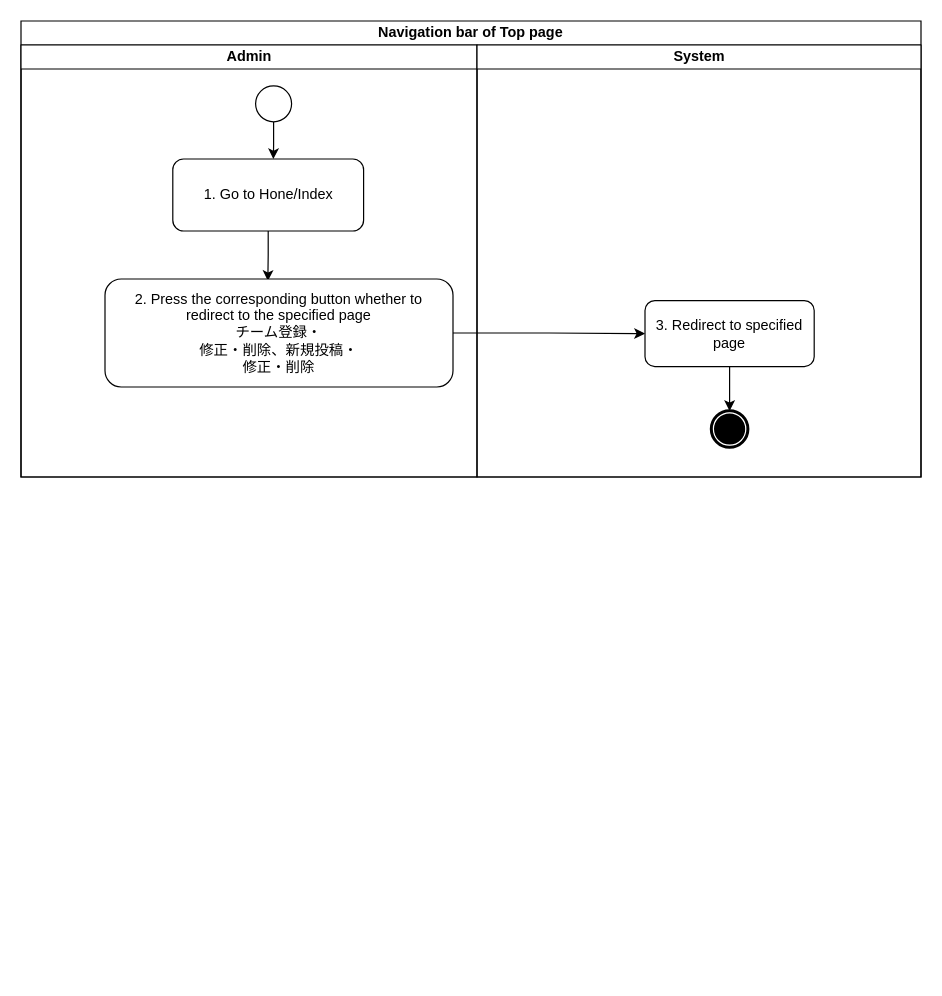
This is page "8. Top page" (8 of 11) of 「スクラム活動」Activity Diagram.drawio from thuy-ocg/Test, a draw.io file, before an edit. Source tidied: cells renumbered, new cells numbered last; positions are measured from the earlier drawing's top-left corner, leaving out a move shared by most shapes. Both pictures are drawn from the tidied source at 120%, with x=0, y=0 at pixel (20, 20).
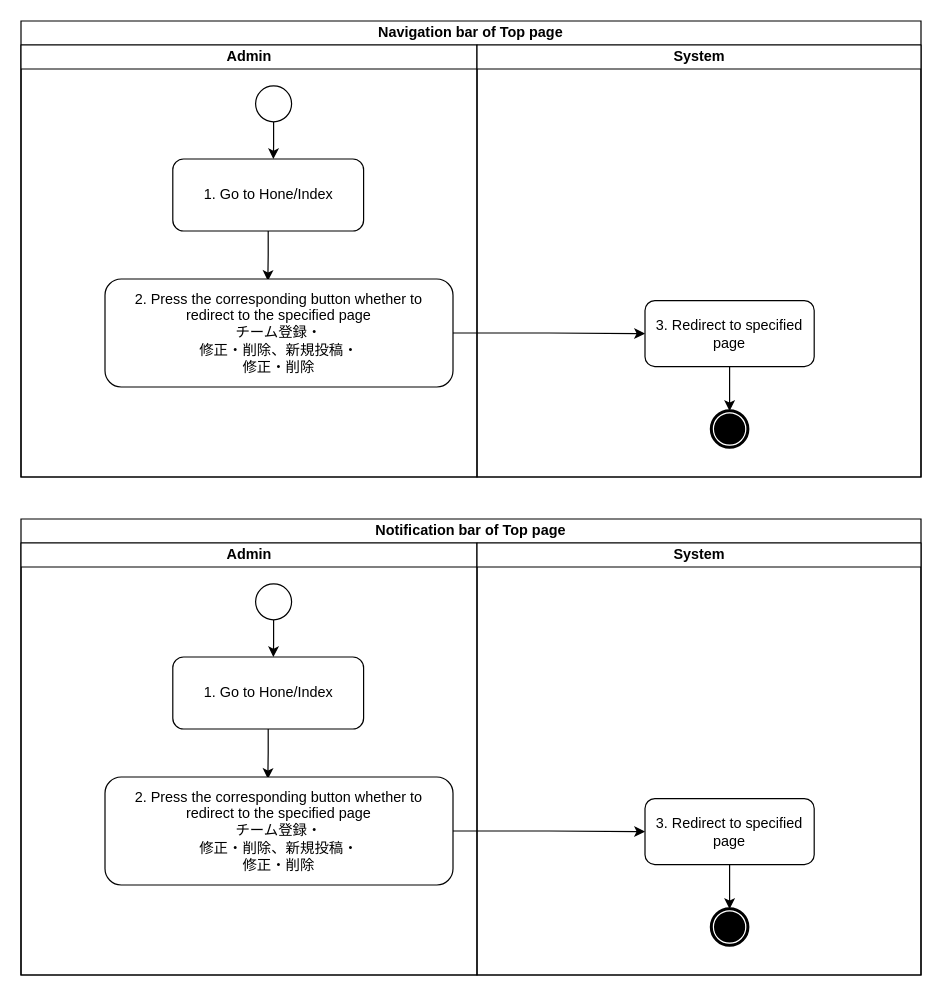
The same page after the edit.

Commit message (it also covers changes not shown here):
Update 「スクラム活動」Activity Diagram.drawio

What changed in the source:
```diff
@@
+    <mxCell id="14" value="Notification bar of Top page" style="swimlane;html=1;startSize=20;whiteSpace=wrap;" parent="1" vertex="1">
+      <mxGeometry y="415" width="750" height="380" as="geometry" />
+    </mxCell>
+    <mxCell id="15" value="Admin" style="swimlane;html=1;startSize=20;" parent="14" vertex="1">
+      <mxGeometry y="20" width="380" height="360" as="geometry" />
+    </mxCell>
+    <mxCell id="16" style="edgeStyle=orthogonalEdgeStyle;rounded=0;jettySize=auto;html=1;entryX=0.527;entryY=0.001;entryDx=0;entryDy=0;entryPerimeter=0;" parent="15" edge="1" source="17" target="19">
+      <mxGeometry relative="1" as="geometry" />
+    </mxCell>
+    <mxCell id="17" style="points=[[0.145,0.145,0],[0.5,0,0],[0.855,0.145,0],[1,0.5,0],[0.855,0.855,0],[0.5,1,0],[0.145,0.855,0],[0,0.5,0]];shape=mxgraph.bpmn.event;html=1;verticalLabelPosition=bottom;labelBackgroundColor=#ffffff;verticalAlign=top;align=center;perimeter=ellipsePerimeter;outlineConnect=0;outline=standard;symbol=general;" parent="15" vertex="1">
+      <mxGeometry x="195.5" y="34" width="30" height="30" as="geometry" />
+    </mxCell>
+    <mxCell id="18" style="edgeStyle=orthogonalEdgeStyle;rounded=0;jettySize=auto;html=1;entryX=0.468;entryY=0.018;entryDx=0;entryDy=0;entryPerimeter=0;" parent="15" edge="1" source="19" target="20">
+      <mxGeometry relative="1" as="geometry" />
+    </mxCell>
+    <mxCell id="19" value="1. Go to Hone/Index" style="rounded=1;whiteSpace=wrap;html=1;" parent="15" vertex="1">
+      <mxGeometry x="126.5" y="95" width="159" height="60" as="geometry" />
+    </mxCell>
+    <mxCell id="20" value="2. Press the corresponding button whether to redirect&amp;nbsp;to the specified page&lt;br&gt;&lt;div&gt;チーム登録・&lt;/div&gt;&lt;div&gt;修正・削除、新規投稿・&lt;/div&gt;&lt;div&gt;修正・削除&lt;/div&gt;" style="rounded=1;whiteSpace=wrap;html=1;" parent="15" vertex="1">
+      <mxGeometry x="70" y="195" width="290" height="90" as="geometry" />
+    </mxCell>
+    <mxCell id="21" style="edgeStyle=orthogonalEdgeStyle;rounded=0;jettySize=auto;html=1;entryX=0;entryY=0.5;entryDx=0;entryDy=0;" parent="14" edge="1" source="20" target="25">
+      <mxGeometry relative="1" as="geometry" />
+    </mxCell>
+    <mxCell id="22" value="System" style="swimlane;html=1;startSize=20;" parent="14" vertex="1">
+      <mxGeometry x="380" y="20" width="370" height="360" as="geometry" />
+    </mxCell>
+    <mxCell id="23" style="points=[[0.145,0.145,0],[0.5,0,0],[0.855,0.145,0],[1,0.5,0],[0.855,0.855,0],[0.5,1,0],[0.145,0.855,0],[0,0.5,0]];shape=mxgraph.bpmn.event;html=1;verticalLabelPosition=bottom;labelBackgroundColor=#ffffff;verticalAlign=top;align=center;perimeter=ellipsePerimeter;outlineConnect=0;outline=end;symbol=terminate;" parent="22" vertex="1">
+      <mxGeometry x="195.5" y="305" width="30" height="30" as="geometry" />
+    </mxCell>
+    <mxCell id="24" style="edgeStyle=orthogonalEdgeStyle;rounded=0;jettySize=auto;html=1;entryX=0.5;entryY=0;entryDx=0;entryDy=0;entryPerimeter=0;" parent="22" edge="1" source="25" target="23">
+      <mxGeometry relative="1" as="geometry" />
+    </mxCell>
+    <mxCell id="25" value="3. Redirect to specified page" style="rounded=1;whiteSpace=wrap;html=1;" parent="22" vertex="1">
+      <mxGeometry x="140" y="213" width="141" height="55" as="geometry" />
+    </mxCell>
```
